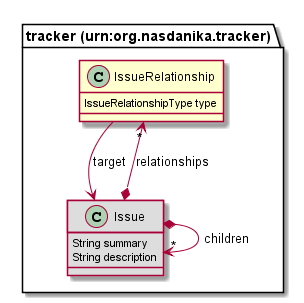
This is org.nasdanika.tracker.repository/src/site/resources/modeldoc/75726e3a6f72672e6e617364616e696b612e747261636b6572/IssueRelationship.png from Nasdanika/tracker, a PlantUML export, as it was before one commit.
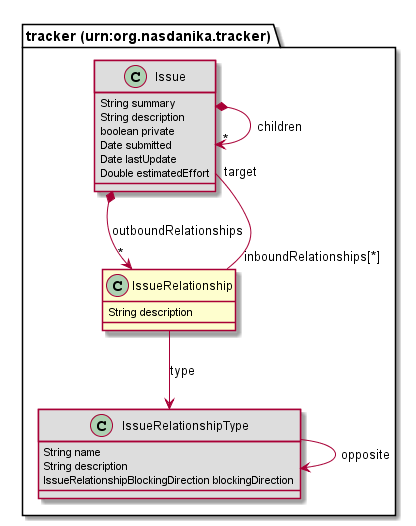
Later version of the same file.

Change to the diagram source:
```diff
@@ -1,12 +1,23 @@
 @startuml
 class "tracker (urn:org.nasdanika.tracker).IssueRelationship" [[#router/doc-content/75726e3a6f72672e6e617364616e696b612e747261636b6572/IssueRelationship.html{Relationship between issues.}]] {
-	IssueRelationshipType type
+	String description
 }
 class "tracker (urn:org.nasdanika.tracker).Issue" [[#router/doc-content/75726e3a6f72672e6e617364616e696b612e747261636b6572/Issue.html{Issue is something that needs to be acted upon to modify the state of the artifact. }]] #DDDDDD {
 	String summary
 	String description
+	boolean private
+	Date submitted
+	Date lastUpdate
+	Double estimatedEffort
 }
-"tracker (urn:org.nasdanika.tracker).IssueRelationship" --> "tracker (urn:org.nasdanika.tracker).Issue" : target
-"tracker (urn:org.nasdanika.tracker).Issue" *--> "*" "tracker (urn:org.nasdanika.tracker).IssueRelationship" : relationships
+class "tracker (urn:org.nasdanika.tracker).IssueRelationshipType" [[#router/doc-content/75726e3a6f72672e6e617364616e696b612e747261636b6572/IssueRelationshipType.html]] #DDDDDD {
+	String name
+	String description
+	IssueRelationshipBlockingDirection blockingDirection
+}
+"tracker (urn:org.nasdanika.tracker).Issue" *--> "*" "tracker (urn:org.nasdanika.tracker).IssueRelationship" : outboundRelationships
+"tracker (urn:org.nasdanika.tracker).Issue" "target" -- "inboundRelationships[*]" "tracker (urn:org.nasdanika.tracker).IssueRelationship"
 "tracker (urn:org.nasdanika.tracker).Issue" *--> "*" "tracker (urn:org.nasdanika.tracker).Issue" : children
+"tracker (urn:org.nasdanika.tracker).IssueRelationship" --> "tracker (urn:org.nasdanika.tracker).IssueRelationshipType" : type
+"tracker (urn:org.nasdanika.tracker).IssueRelationshipType" --> "tracker (urn:org.nasdanika.tracker).IssueRelationshipType" : opposite
 @enduml
```
